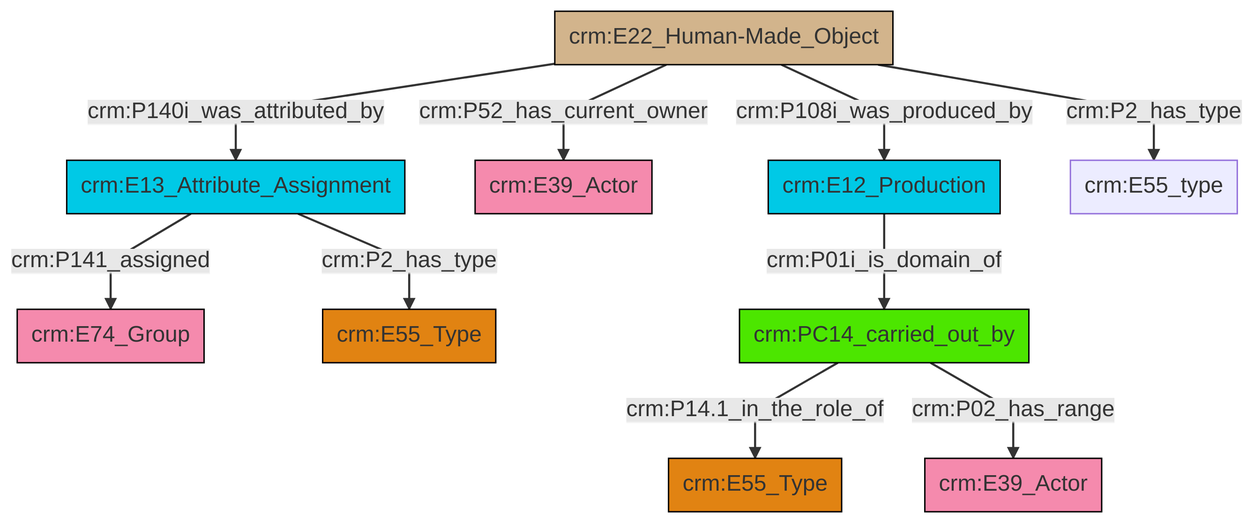
Earlier version of the Mermaid export et/builtWorkCSV/ttl/mmd/png/Built_Work_actor_relations.png (swiss-art-research-net/docs.swissartresearch). Its source is kept beside it as et/builtWorkCSV/ttl/mmd/Built_Work_actor_relations.ttl.mmd.
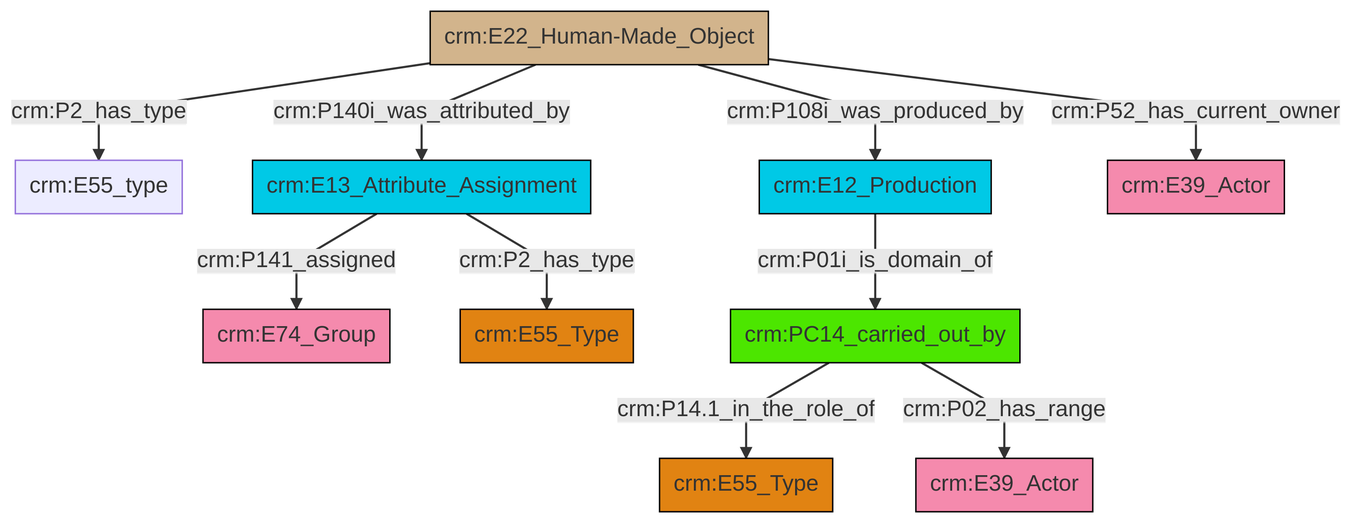
After the change.

Change to the diagram source:
```diff
@@ -13,12 +13,12 @@
 classDef PC_Classes fill:#4ce600, stroke:#000000;
 classDef Multi fill:#cccccc,stroke:#000000;
 
-0["crm:E13_Attribute_Assignment"]:::Temporal_Entity -->|crm:P141_assigned| 1["crm:E74_Group"]:::Actor
-2["crm:E22_Human-Made_Object"]:::Physical_Thing -->|crm:P140i_was_attributed_by| 0["crm:E13_Attribute_Assignment"]:::Temporal_Entity
-2["crm:E22_Human-Made_Object"]:::Physical_Thing -->|crm:P52_has_current_owner| 4["crm:E39_Actor"]:::Actor
-5["crm:E12_Production"]:::Temporal_Entity -->|crm:P01i_is_domain_of| 6["crm:PC14_carried_out_by"]:::PC_Classes
-2["crm:E22_Human-Made_Object"]:::Physical_Thing -->|crm:P108i_was_produced_by| 5["crm:E12_Production"]:::Temporal_Entity
-0["crm:E13_Attribute_Assignment"]:::Temporal_Entity -->|crm:P2_has_type| 13["crm:E55_Type"]:::Type
-6["crm:PC14_carried_out_by"]:::PC_Classes -->|crm:P14.1_in_the_role_of| 14["crm:E55_Type"]:::Type
-6["crm:PC14_carried_out_by"]:::PC_Classes -->|crm:P02_has_range| 8["crm:E39_Actor"]:::Actor
-2["crm:E22_Human-Made_Object"]:::Physical_Thing -->|crm:P2_has_type| 18["crm:E55_type"]:::Default
+2["crm:E22_Human-Made_Object"]:::Physical_Thing -->|crm:P2_has_type| 3["crm:E55_type"]:::Default
+4["crm:PC14_carried_out_by"]:::PC_Classes -->|crm:P14.1_in_the_role_of| 6["crm:E55_Type"]:::Type
+11["crm:E12_Production"]:::Temporal_Entity -->|crm:P01i_is_domain_of| 4["crm:PC14_carried_out_by"]:::PC_Classes
+2["crm:E22_Human-Made_Object"]:::Physical_Thing -->|crm:P140i_was_attributed_by| 13["crm:E13_Attribute_Assignment"]:::Temporal_Entity
+4["crm:PC14_carried_out_by"]:::PC_Classes -->|crm:P02_has_range| 7["crm:E39_Actor"]:::Actor
+2["crm:E22_Human-Made_Object"]:::Physical_Thing -->|crm:P108i_was_produced_by| 11["crm:E12_Production"]:::Temporal_Entity
+2["crm:E22_Human-Made_Object"]:::Physical_Thing -->|crm:P52_has_current_owner| 14["crm:E39_Actor"]:::Actor
+13["crm:E13_Attribute_Assignment"]:::Temporal_Entity -->|crm:P141_assigned| 0["crm:E74_Group"]:::Actor
+13["crm:E13_Attribute_Assignment"]:::Temporal_Entity -->|crm:P2_has_type| 9["crm:E55_Type"]:::Type
```
